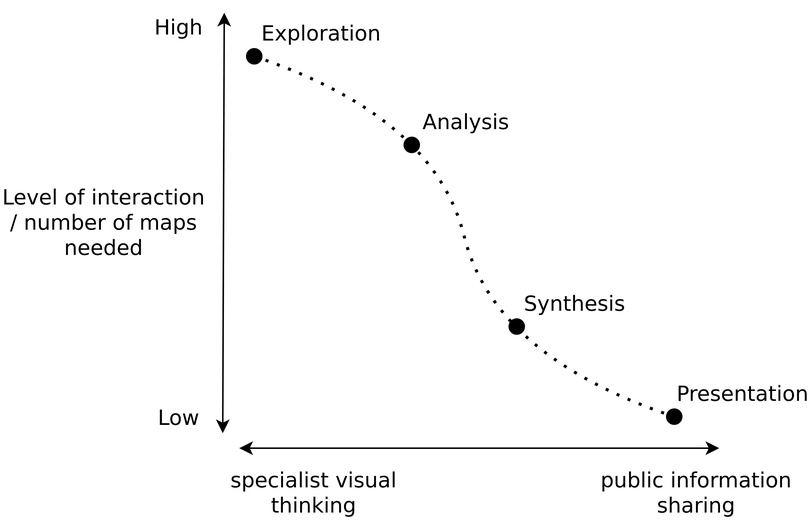
Earlier version of the draw.io export thesis/visual/figures/diagrams/swoopy.png (eemilhaa/thesis). Source tidied: cells renumbered, new cells last; positions are measured from the earlier drawing's top-left corner, leaving out a move shared by most shapes. Source of this version:
```xml
<mxGraphModel>
  <root>
    <mxCell id="0" />
    <mxCell id="1" parent="0" />
    <mxCell id="2" style="endArrow=classic;startArrow=classic;html=1;rounded=0;" parent="1" edge="1">
      <mxGeometry relative="1" as="geometry">
        <mxPoint x="149" y="280" as="sourcePoint" />
        <mxPoint x="150" as="targetPoint" />
      </mxGeometry>
    </mxCell>
    <mxCell id="3" style="endArrow=classic;startArrow=classic;html=1;rounded=0;" parent="1" edge="1">
      <mxGeometry relative="1" as="geometry">
        <mxPoint x="480" y="290" as="sourcePoint" />
        <mxPoint x="160" y="290" as="targetPoint" />
      </mxGeometry>
    </mxCell>
    <mxCell id="4" value="Level of interaction / number of maps needed" style="text;html=1;strokeColor=none;fillColor=none;align=center;verticalAlign=middle;whiteSpace=wrap;rounded=0;fontSize=14;fontStyle=0;fontFamily=Dejavu sans;" parent="1" vertex="1">
      <mxGeometry y="115" width="140" height="50" as="geometry" />
    </mxCell>
    <mxCell id="5" value="High" style="text;html=1;strokeColor=none;fillColor=none;align=center;verticalAlign=middle;whiteSpace=wrap;rounded=0;fontSize=14;fontStyle=0;fontFamily=Dejavu sans;" parent="1" vertex="1">
      <mxGeometry x="100" width="40" height="20" as="geometry" />
    </mxCell>
    <mxCell id="6" value="Low" style="text;html=1;strokeColor=none;fillColor=none;align=center;verticalAlign=middle;whiteSpace=wrap;rounded=0;fontSize=14;fontStyle=0;fontFamily=Dejavu sans;" parent="1" vertex="1">
      <mxGeometry x="100" y="260" width="40" height="20" as="geometry" />
    </mxCell>
    <mxCell id="7" value="specialist visual thinking" style="text;html=1;strokeColor=none;fillColor=none;align=center;verticalAlign=middle;whiteSpace=wrap;rounded=0;fontSize=14;fontStyle=0;fontFamily=Dejavu sans;" parent="1" vertex="1">
      <mxGeometry x="150" y="300" width="120" height="40" as="geometry" />
    </mxCell>
    <mxCell id="8" value="public information sharing" style="text;html=1;strokeColor=none;fillColor=none;align=center;verticalAlign=middle;whiteSpace=wrap;rounded=0;fontSize=14;fontStyle=0;fontFamily=Dejavu sans;" parent="1" vertex="1">
      <mxGeometry x="400" y="300" width="130" height="40" as="geometry" />
    </mxCell>
    <mxCell id="9" style="ellipse;whiteSpace=wrap;html=1;fillColor=#000000;" parent="1" vertex="1">
      <mxGeometry x="165" y="24" width="10" height="10" as="geometry" />
    </mxCell>
    <mxCell id="10" style="ellipse;whiteSpace=wrap;html=1;fillColor=#000000;" parent="1" vertex="1">
      <mxGeometry x="270" y="83" width="10" height="10" as="geometry" />
    </mxCell>
    <mxCell id="11" style="ellipse;whiteSpace=wrap;html=1;fillColor=#000000;" parent="1" vertex="1">
      <mxGeometry x="340" y="204" width="10" height="10" as="geometry" />
    </mxCell>
    <mxCell id="12" style="ellipse;whiteSpace=wrap;html=1;fillColor=#000000;" parent="1" vertex="1">
      <mxGeometry x="445" y="264" width="10" height="10" as="geometry" />
    </mxCell>
    <mxCell id="13" value="Exploration" style="text;html=1;strokeColor=none;fillColor=none;align=center;verticalAlign=middle;whiteSpace=wrap;rounded=0;fontSize=14;fontStyle=0;fontFamily=Dejavu sans;" parent="1" vertex="1">
      <mxGeometry x="175" y="4" width="80" height="20" as="geometry" />
    </mxCell>
    <mxCell id="14" value="Analysis" style="text;html=1;strokeColor=none;fillColor=none;align=center;verticalAlign=middle;whiteSpace=wrap;rounded=0;fontSize=14;fontStyle=0;fontFamily=Dejavu sans;" parent="1" vertex="1">
      <mxGeometry x="280" y="63" width="63" height="20" as="geometry" />
    </mxCell>
    <mxCell id="15" value="Synthesis" style="text;html=1;strokeColor=none;fillColor=none;align=center;verticalAlign=middle;whiteSpace=wrap;rounded=0;fontSize=14;fontStyle=0;fontFamily=Dejavu sans;" parent="1" vertex="1">
      <mxGeometry x="350" y="184" width="68" height="20" as="geometry" />
    </mxCell>
    <mxCell id="16" value="Presentation" style="text;html=1;strokeColor=none;fillColor=none;align=center;verticalAlign=middle;whiteSpace=wrap;rounded=0;fontSize=14;fontStyle=0;fontFamily=Dejavu sans;" parent="1" vertex="1">
      <mxGeometry x="452" y="244" width="88" height="20" as="geometry" />
    </mxCell>
    <mxCell id="17" style="endArrow=none;dashed=1;html=1;dashPattern=1 3;strokeWidth=2;rounded=0;curved=1;" parent="1" edge="1">
      <mxGeometry relative="1" as="geometry">
        <mxPoint x="170" y="29" as="sourcePoint" />
        <mxPoint x="450" y="269" as="targetPoint" />
        <Array as="points">
          <mxPoint x="290" y="69" />
          <mxPoint x="330" y="229" />
        </Array>
      </mxGeometry>
    </mxCell>
  </root>
</mxGraphModel>
```
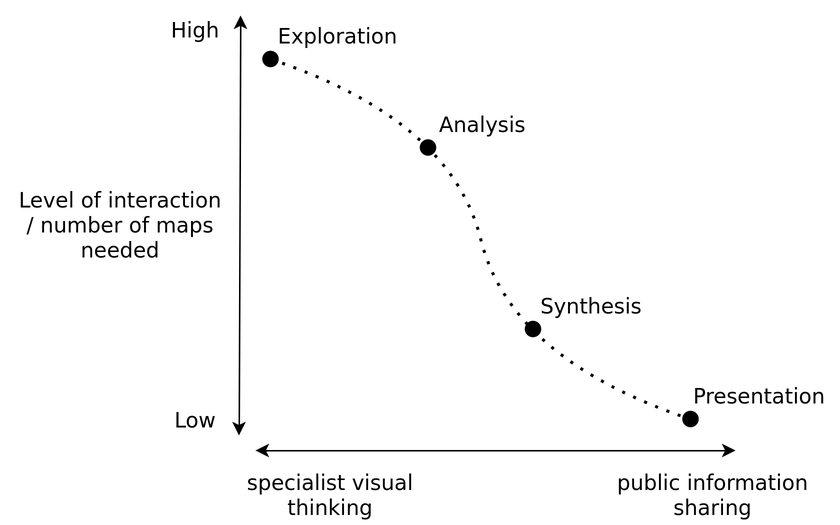
The same file after the commit.

The edit, as a diff of the source:
```diff
@@ -2,6 +2,9 @@
   <root>
     <mxCell id="0" />
     <mxCell id="1" parent="0" />
+    <mxCell id="18" style="rounded=0;whiteSpace=wrap;html=1;strokeColor=none;" parent="1" vertex="1">
+      <mxGeometry x="-10" y="-10" width="560" height="350" as="geometry" />
+    </mxCell>
     <mxCell id="2" style="endArrow=classic;startArrow=classic;html=1;rounded=0;" parent="1" edge="1">
       <mxGeometry relative="1" as="geometry">
         <mxPoint x="149" y="280" as="sourcePoint" />
```
